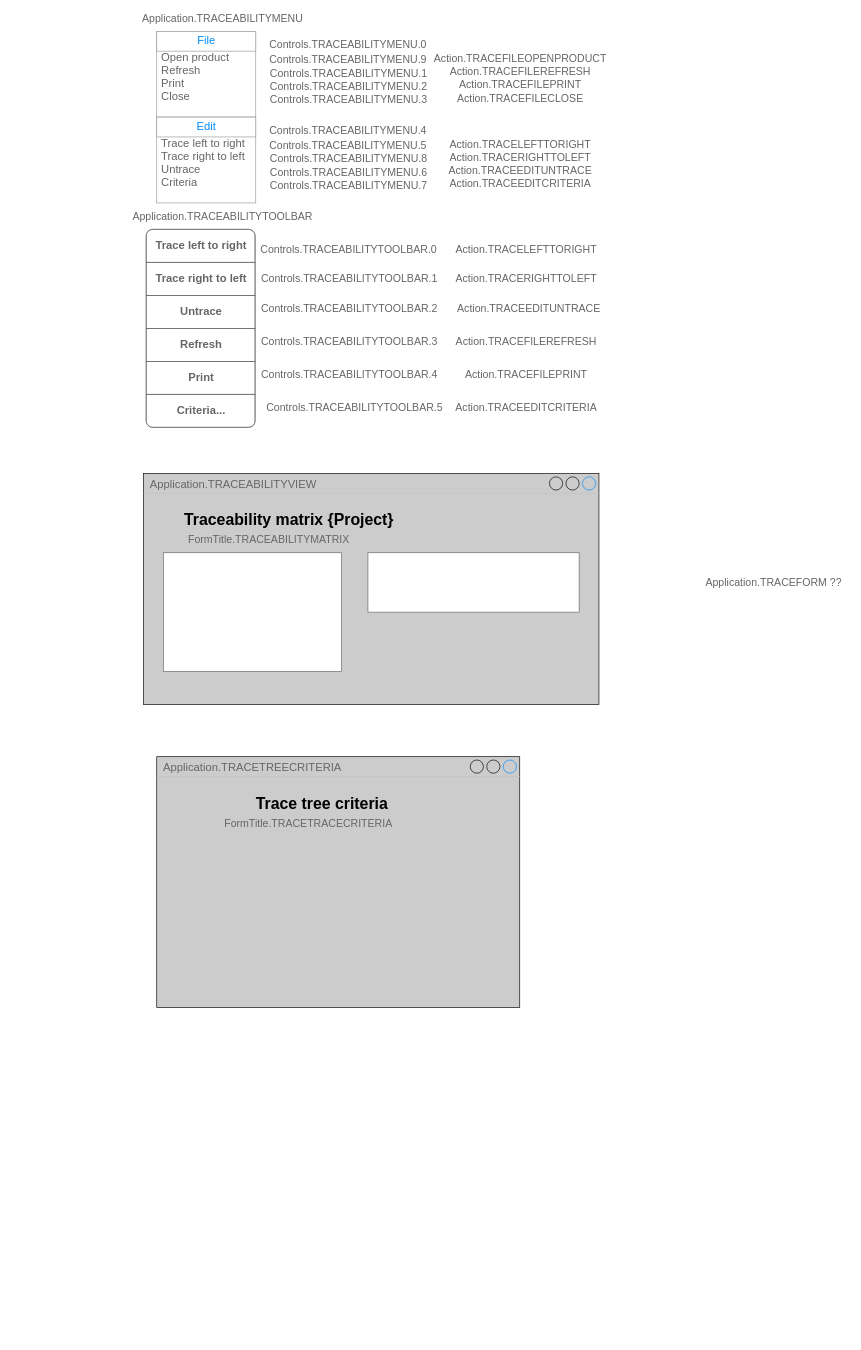
The draw.io diagram page "View.Traceability" (12 of 12) of hnc.drawio in haclong/drawings, before the edit. Source tidied: cells renumbered, new cells numbered last; positions are measured from the earlier drawing's top-left corner, leaving out a move shared by most shapes. Both pictures are drawn from the tidied source at 66%, with x=0, y=0 at pixel (143, 11).
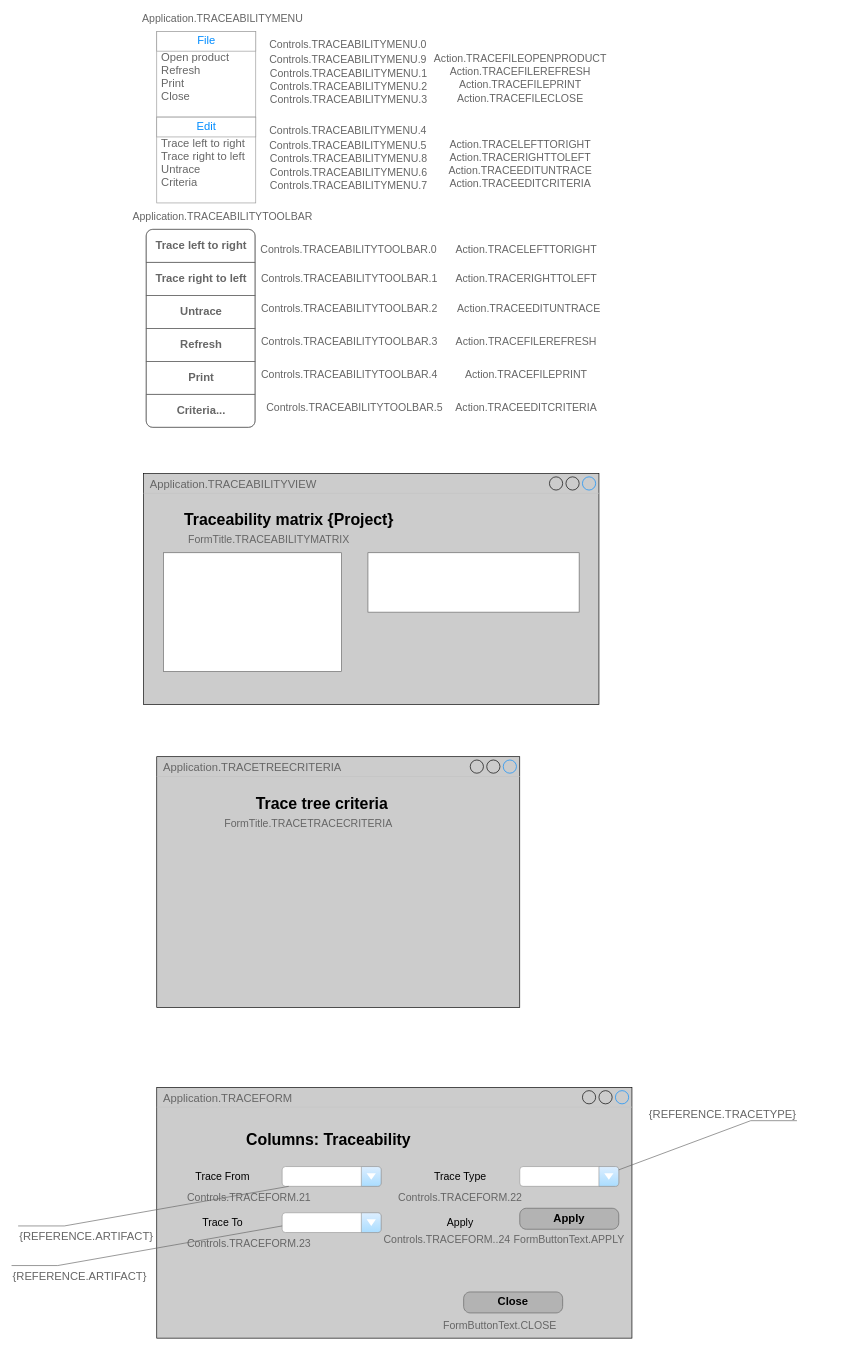
The same page after the edit.

Change to the diagram source:
```diff
@@
-    <mxCell id="61" value="Application.TRACEFORM ??" style="text;html=1;strokeColor=none;fillColor=none;align=center;verticalAlign=middle;whiteSpace=wrap;rounded=0;fontSize=16;fontColor=#666666;" parent="1" vertex="1">
-      <mxGeometry x="840" y="855" width="230" height="20" as="geometry" />
-    </mxCell>
+    <mxCell id="62" value="Application.TRACEFORM" style="strokeWidth=1;shadow=0;dashed=0;align=center;html=1;shape=mxgraph.mockup.containers.window;align=left;verticalAlign=top;spacingLeft=8;strokeColor2=#008cff;strokeColor3=#c4c4c4;fontColor=#666666;mainText=;fontSize=17;labelBackgroundColor=none;fillColor=#CCCCCC;" parent="1" vertex="1">
+      <mxGeometry x="20" y="1630" width="720" height="380" as="geometry" />
+    </mxCell>
+    <mxCell id="63" value="Columns: Traceability" style="text;strokeColor=none;fillColor=none;html=1;fontSize=24;fontStyle=1;verticalAlign=middle;align=center;shadow=0;" parent="1" vertex="1">
+      <mxGeometry x="230" y="1690" width="100" height="40" as="geometry" />
+    </mxCell>
+    <mxCell id="64" value="Trace From" style="text;html=1;strokeColor=none;fillColor=none;align=center;verticalAlign=middle;whiteSpace=wrap;rounded=0;fontSize=16;" parent="1" vertex="1">
+      <mxGeometry x="50" y="1755" width="140" height="20" as="geometry" />
+    </mxCell>
+    <mxCell id="65" style="strokeWidth=1;shadow=0;dashed=0;align=center;html=1;shape=mxgraph.mockup.forms.comboBox;strokeColor=#999999;fillColor=#ddeeff;align=left;fillColor2=#aaddff;mainText=;fontColor=#666666;fontSize=17;spacingLeft=3;" parent="1" vertex="1">
+      <mxGeometry x="210" y="1750" width="150" height="30" as="geometry" />
+    </mxCell>
+    <mxCell id="66" value="Controls.TRACEFORM.21" style="text;html=1;strokeColor=none;fillColor=none;align=center;verticalAlign=middle;whiteSpace=wrap;rounded=0;fontSize=16;fontColor=#666666;" parent="1" vertex="1">
+      <mxGeometry x="140" y="1786" width="40" height="20" as="geometry" />
+    </mxCell>
+    <mxCell id="67" value="Trace To" style="text;html=1;strokeColor=none;fillColor=none;align=center;verticalAlign=middle;whiteSpace=wrap;rounded=0;fontSize=16;" parent="1" vertex="1">
+      <mxGeometry x="50" y="1825" width="140" height="20" as="geometry" />
+    </mxCell>
+    <mxCell id="68" style="strokeWidth=1;shadow=0;dashed=0;align=center;html=1;shape=mxgraph.mockup.forms.comboBox;strokeColor=#999999;fillColor=#ddeeff;align=left;fillColor2=#aaddff;mainText=;fontColor=#666666;fontSize=17;spacingLeft=3;" parent="1" vertex="1">
+      <mxGeometry x="210" y="1820" width="150" height="30" as="geometry" />
+    </mxCell>
+    <mxCell id="69" value="Controls.TRACEFORM.23" style="text;html=1;strokeColor=none;fillColor=none;align=center;verticalAlign=middle;whiteSpace=wrap;rounded=0;fontSize=16;fontColor=#666666;" parent="1" vertex="1">
+      <mxGeometry x="140" y="1856" width="40" height="20" as="geometry" />
+    </mxCell>
+    <mxCell id="70" value="Trace Type" style="text;html=1;strokeColor=none;fillColor=none;align=center;verticalAlign=middle;whiteSpace=wrap;rounded=0;fontSize=16;" parent="1" vertex="1">
+      <mxGeometry x="410" y="1755" width="140" height="20" as="geometry" />
+    </mxCell>
+    <mxCell id="71" style="strokeWidth=1;shadow=0;dashed=0;align=center;html=1;shape=mxgraph.mockup.forms.comboBox;strokeColor=#999999;fillColor=#ddeeff;align=left;fillColor2=#aaddff;mainText=;fontColor=#666666;fontSize=17;spacingLeft=3;" parent="1" vertex="1">
+      <mxGeometry x="570" y="1750" width="150" height="30" as="geometry" />
+    </mxCell>
+    <mxCell id="72" value="Controls.TRACEFORM.22" style="text;html=1;strokeColor=none;fillColor=none;align=center;verticalAlign=middle;whiteSpace=wrap;rounded=0;fontSize=16;fontColor=#666666;" parent="1" vertex="1">
+      <mxGeometry x="460" y="1786" width="40" height="20" as="geometry" />
+    </mxCell>
+    <mxCell id="73" value="Apply" style="text;html=1;strokeColor=none;fillColor=none;align=center;verticalAlign=middle;whiteSpace=wrap;rounded=0;fontSize=16;" parent="1" vertex="1">
+      <mxGeometry x="410" y="1825" width="140" height="20" as="geometry" />
+    </mxCell>
+    <mxCell id="74" value="FormButtonText.APPLY" style="text;html=1;strokeColor=none;fillColor=none;align=center;verticalAlign=middle;whiteSpace=wrap;rounded=0;fontSize=16;fontColor=#666666;" parent="1" vertex="1">
+      <mxGeometry x="625" y="1850" width="40" height="20" as="geometry" />
+    </mxCell>
+    <mxCell id="75" value="Apply" style="strokeWidth=1;shadow=0;dashed=0;align=center;html=1;shape=mxgraph.mockup.buttons.button;strokeColor=#666666;mainText=;buttonStyle=round;fontSize=17;fontStyle=1;whiteSpace=wrap;fillColor=#B3B3B3;" parent="1" vertex="1">
+      <mxGeometry x="570" y="1813.2" width="150" height="31.8" as="geometry" />
+    </mxCell>
+    <mxCell id="76" value="Close" style="strokeWidth=1;shadow=0;dashed=0;align=center;html=1;shape=mxgraph.mockup.buttons.button;strokeColor=#666666;mainText=;buttonStyle=round;fontSize=17;fontStyle=1;whiteSpace=wrap;fillColor=#B3B3B3;" parent="1" vertex="1">
+      <mxGeometry x="485" y="1940" width="150" height="31.8" as="geometry" />
+    </mxCell>
+    <mxCell id="77" value="FormButtonText.CLOSE" style="text;html=1;strokeColor=none;fillColor=none;align=center;verticalAlign=middle;whiteSpace=wrap;rounded=0;fontSize=16;fontColor=#666666;" parent="1" vertex="1">
+      <mxGeometry x="520" y="1980" width="40" height="20" as="geometry" />
+    </mxCell>
+    <mxCell id="78" value="Controls.TRACEFORM..24" style="text;html=1;strokeColor=none;fillColor=none;align=center;verticalAlign=middle;whiteSpace=wrap;rounded=0;fontSize=16;fontColor=#666666;" parent="1" vertex="1">
+      <mxGeometry x="440" y="1850" width="40" height="20" as="geometry" />
+    </mxCell>
+    <mxCell id="79" value="{REFERENCE.TRACETYPE}" style="strokeWidth=1;shadow=0;dashed=0;align=center;html=1;shape=mxgraph.mockup.text.callout;linkText=;textSize=17;textColor=#666666;callDir=NE;callStyle=line;fontSize=17;fontColor=#666666;align=right;verticalAlign=top;strokeColor=#666666;fillColor=#CCCCCC;" parent="1" vertex="1">
+      <mxGeometry x="720" y="1655" width="270" height="100" as="geometry" />
+    </mxCell>
+    <mxCell id="80" value="{REFERENCE.ARTIFACT}" style="strokeWidth=1;shadow=0;dashed=0;align=center;html=1;shape=mxgraph.mockup.text.callout;linkText=;textSize=17;textColor=#666666;callDir=SW;callStyle=line;fontSize=17;fontColor=#666666;align=left;verticalAlign=top;strokeColor=#666666;fillColor=#CCCCCC;labelPosition=center;verticalLabelPosition=bottom;" parent="1" vertex="1">
+      <mxGeometry x="-200" y="1840" width="410" height="60" as="geometry" />
+    </mxCell>
+    <mxCell id="81" value="{REFERENCE.ARTIFACT}" style="strokeWidth=1;shadow=0;dashed=0;align=center;html=1;shape=mxgraph.mockup.text.callout;linkText=;textSize=17;textColor=#666666;callDir=SW;callStyle=line;fontSize=17;fontColor=#666666;align=left;verticalAlign=top;strokeColor=#666666;fillColor=#CCCCCC;labelPosition=center;verticalLabelPosition=bottom;" parent="1" vertex="1">
+      <mxGeometry x="-190" y="1780" width="410" height="60" as="geometry" />
+    </mxCell>
```
